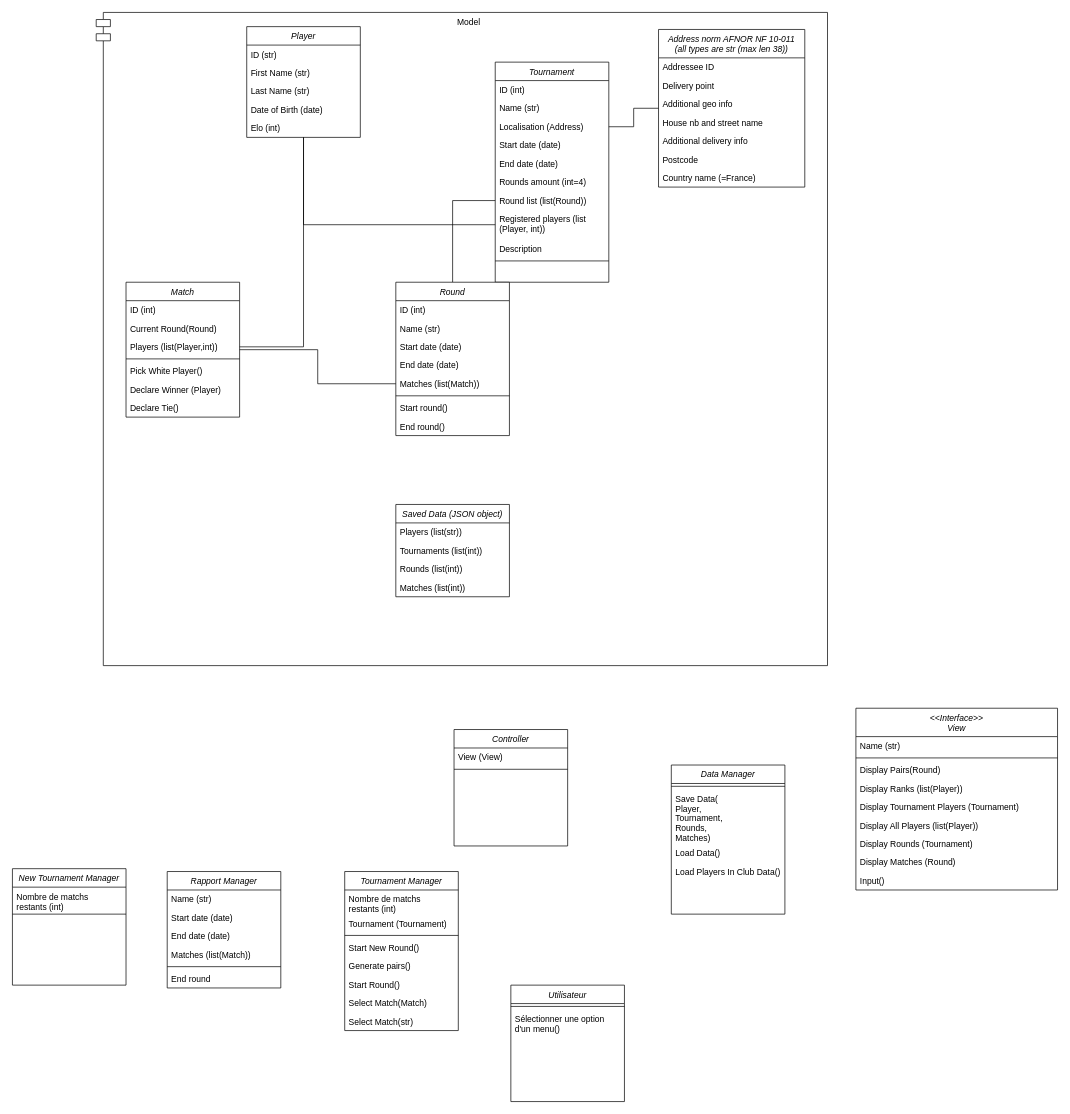
The draw.io diagram OC4-Class-Diagram.drawio in AlyxEugenot/OC-Courses, before the edit. Source tidied: cells renumbered, new cells numbered last; positions are measured from the earlier drawing's top-left corner, leaving out a move shared by most shapes. Both pictures are drawn from the tidied source at 71%, with x=0, y=0 at pixel (12, 12).
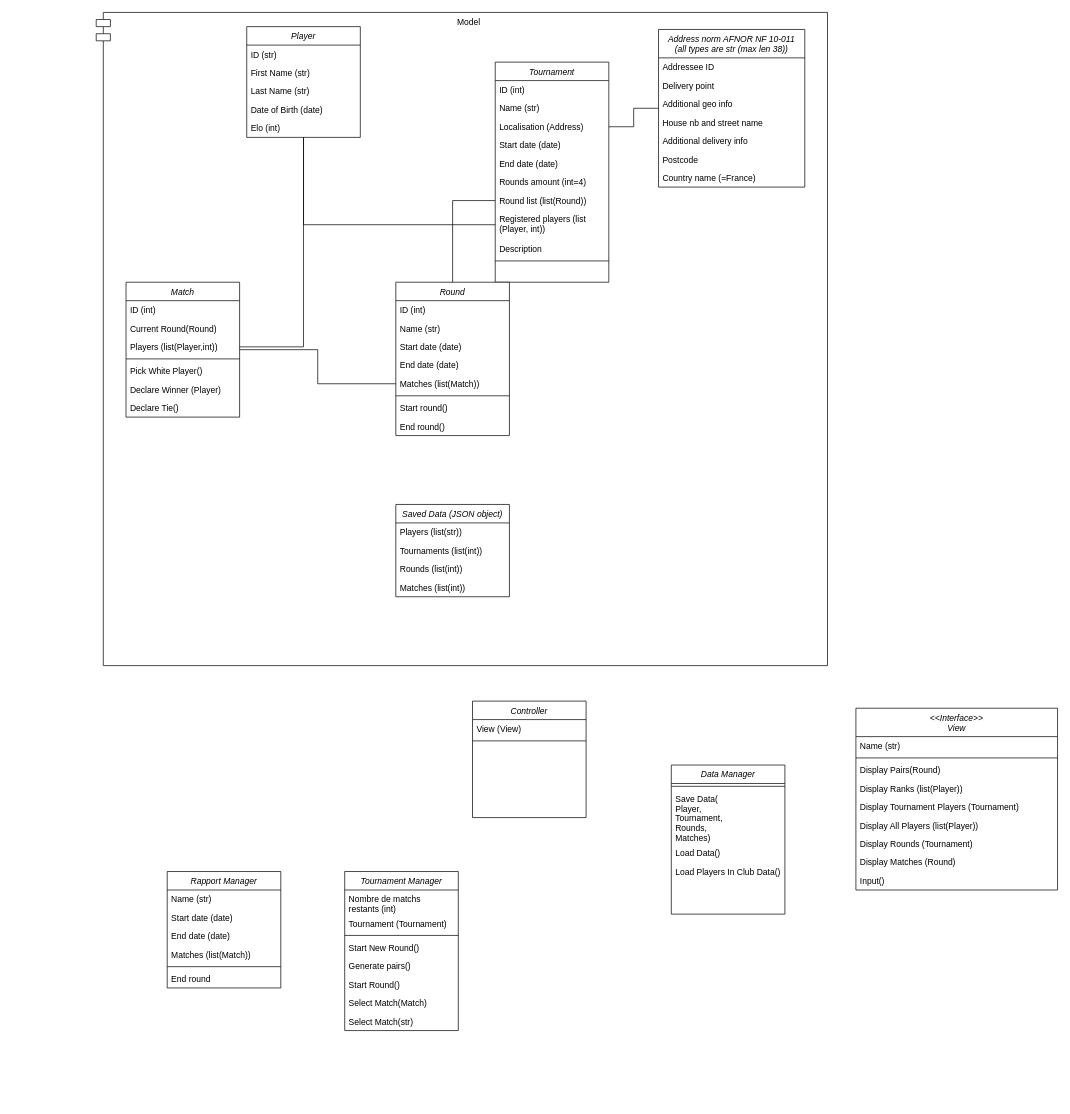
After the change.

What changed in the source:
```diff
@@
-    <mxCell id="86" value="Utilisateur" style="swimlane;fontStyle=2;align=center;verticalAlign=top;horizontal=1;startSize=26;rounded=0;shadow=0;strokeWidth=1;" parent="1" vertex="1">
-      <mxGeometry x="702" y="1370" width="160" height="164" as="geometry" />
-    </mxCell>
-    <mxCell id="87" style="line;strokeWidth=1;fillColor=none;align=left;verticalAlign=middle;spacingTop=-1;spacingLeft=3;spacingRight=3;labelPosition=right;strokeColor=inherit;" parent="86" vertex="1">
-      <mxGeometry y="26" width="160" height="8" as="geometry" />
-    </mxCell>
-    <mxCell id="88" value="Sélectionner une option&#10;d'un menu()" style="text;align=left;verticalAlign=top;spacingLeft=4;spacingRight=4;overflow=hidden;rounded=0;shadow=0;html=0;" parent="86" vertex="1">
-      <mxGeometry y="34" width="160" height="36" as="geometry" />
-    </mxCell>
-    <mxCell id="89" value="New Tournament Manager" style="swimlane;fontStyle=2;align=center;verticalAlign=top;horizontal=1;startSize=26;rounded=0;shadow=0;strokeWidth=1;" parent="1" vertex="1">
-      <mxGeometry y="1206" width="160" height="164" as="geometry" />
-    </mxCell>
-    <mxCell id="90" value="Nombre de matchs&#10;restants (int)&#10;" style="text;align=left;verticalAlign=top;spacingLeft=4;spacingRight=4;overflow=hidden;" parent="89" vertex="1">
-      <mxGeometry y="26" width="160" height="34" as="geometry" />
-    </mxCell>
-    <mxCell id="91" style="line;strokeWidth=1;fillColor=none;align=left;verticalAlign=middle;spacingTop=-1;spacingLeft=3;spacingRight=3;labelPosition=right;strokeColor=inherit;" parent="89" vertex="1">
-      <mxGeometry y="60" width="160" height="8" as="geometry" />
-    </mxCell>
     <mxCell id="92" value="Controller" style="swimlane;fontStyle=2;align=center;verticalAlign=top;horizontal=1;startSize=26;rounded=0;shadow=0;strokeWidth=1;" parent="1" vertex="1">
-      <mxGeometry x="622" y="1010" width="160" height="164" as="geometry" />
+      <mxGeometry x="648" y="970" width="160" height="164" as="geometry" />
     </mxCell>
```
